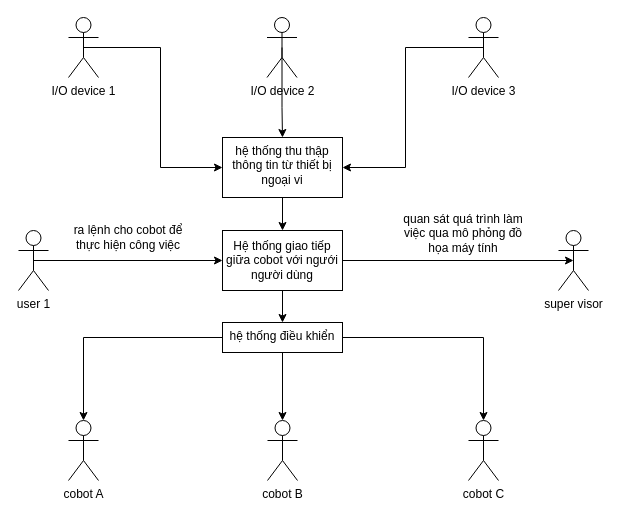
Above: page "Trang-2" (2 of 3) of user_diagram.drawio in LTDat-HustK65/GP (draw.io), before the change. Source tidied: cells renumbered, new cells numbered last; positions are measured from the earlier drawing's top-left corner, leaving out a move shared by most shapes. Both pictures are drawn from the tidied source at 100%, with x=0, y=0 at pixel (18, 17).
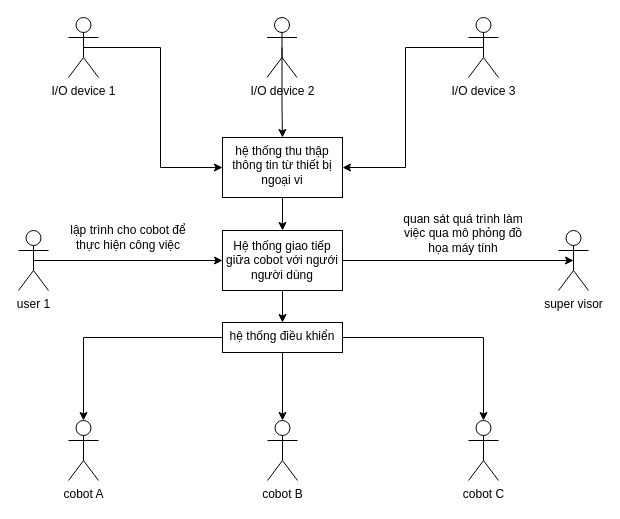
After the change.

Change to the diagram source:
```diff
@@
-    <mxCell id="23" value="ra lệnh cho cobot để thực hiện công việc" style="text;html=1;align=center;verticalAlign=middle;whiteSpace=wrap;rounded=0;" parent="1" vertex="1">
+    <mxCell id="23" value="lập trình cho cobot để thực hiện công việc" style="text;html=1;align=center;verticalAlign=middle;whiteSpace=wrap;rounded=0;" parent="1" vertex="1">
       <mxGeometry x="50" y="200" width="120" height="40" as="geometry" />
     </mxCell>
```
